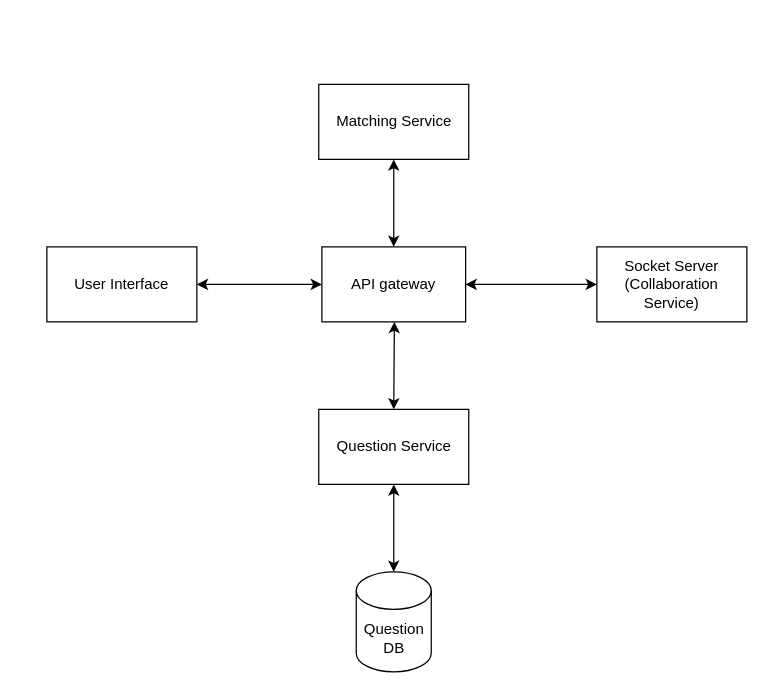
This is CollaborationServiceChart.drawio from shaniceng/DrawIODiagrams, a draw.io file, before an edit. Source tidied: cells renumbered, new cells numbered last; positions are measured from the earlier drawing's top-left corner, leaving out a move shared by most shapes. Both pictures are drawn from the tidied source at 125%, with x=0, y=0 at pixel (46, 84).
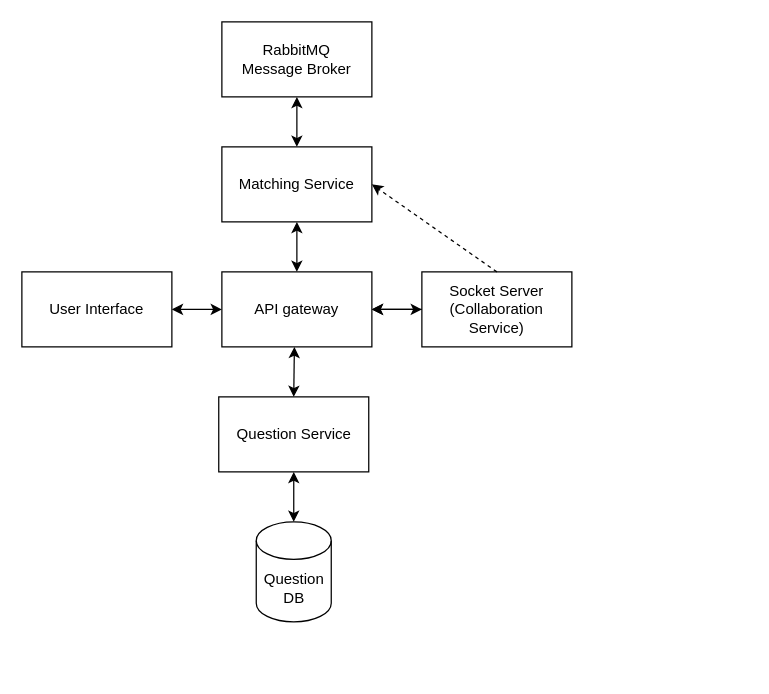
The same diagram, later.

The edit, as a diff of the source:
```diff
@@
 <mxGraphModel>
   <root>
     <mxCell id="0" />
     <mxCell id="1" parent="0" />
     <mxCell id="2" value="User Interface" style="rounded=0;whiteSpace=wrap;html=1;" parent="1" vertex="1">
-      <mxGeometry y="130" width="120" height="60" as="geometry" />
+      <mxGeometry x="-20" y="150" width="120" height="60" as="geometry" />
     </mxCell>
+    <mxCell id="13" style="edgeStyle=orthogonalEdgeStyle;rounded=0;jettySize=auto;html=1;" parent="1" edge="1" source="3" target="4">
+      <mxGeometry relative="1" as="geometry" />
+    </mxCell>
     <mxCell id="3" value="Socket Server&lt;br&gt;(Collaboration Service)" style="rounded=0;whiteSpace=wrap;html=1;" parent="1" vertex="1">
-      <mxGeometry x="440" y="130" width="120" height="60" as="geometry" />
+      <mxGeometry x="300" y="150" width="120" height="60" as="geometry" />
     </mxCell>
     <mxCell id="4" value="API gateway" style="rounded=0;whiteSpace=wrap;html=1;" parent="1" vertex="1">
-      <mxGeometry x="220" y="130" width="115" height="60" as="geometry" />
+      <mxGeometry x="140" y="150" width="120" height="60" as="geometry" />
     </mxCell>
     <mxCell id="5" style="endArrow=classic;startArrow=classic;html=1;rounded=0;exitX=1;exitY=0.5;exitDx=0;exitDy=0;entryX=0;entryY=0.5;entryDx=0;entryDy=0;" parent="1" edge="1" source="2" target="4">
       <mxGeometry relative="1" as="geometry" />
     </mxCell>
     <mxCell id="6" style="endArrow=classic;startArrow=classic;html=1;rounded=0;entryX=0;entryY=0.5;entryDx=0;entryDy=0;exitX=1;exitY=0.5;exitDx=0;exitDy=0;" parent="1" edge="1" source="4" target="3">
       <mxGeometry relative="1" as="geometry" />
     </mxCell>
     <mxCell id="7" style="endArrow=classic;startArrow=classic;html=1;rounded=0;entryX=0.5;entryY=0;entryDx=0;entryDy=0;" parent="1" edge="1" target="8">
       <mxGeometry relative="1" as="geometry">
-        <mxPoint x="278" y="190" as="sourcePoint" />
+        <mxPoint x="198" y="210" as="sourcePoint" />
       </mxGeometry>
     </mxCell>
     <mxCell id="8" value="Question Service" style="rounded=0;whiteSpace=wrap;html=1;" parent="1" vertex="1">
-      <mxGeometry x="217.5" y="260" width="120" height="60" as="geometry" />
+      <mxGeometry x="137.5" y="250" width="120" height="60" as="geometry" />
     </mxCell>
     <mxCell id="9" value="Question&lt;br&gt;DB" style="shape=cylinder3;whiteSpace=wrap;html=1;boundedLbl=1;backgroundOutline=1;size=15;" parent="1" vertex="1">
-      <mxGeometry x="247.5" y="390" width="60" height="80" as="geometry" />
+      <mxGeometry x="167.5" y="350" width="60" height="80" as="geometry" />
     </mxCell>
     <mxCell id="10" style="endArrow=classic;startArrow=classic;html=1;rounded=0;exitX=0.5;exitY=1;exitDx=0;exitDy=0;entryX=0.5;entryY=0;entryDx=0;entryDy=0;entryPerimeter=0;" parent="1" edge="1" source="8" target="9">
       <mxGeometry relative="1" as="geometry" />
     </mxCell>
     <mxCell id="11" value="Matching Service" style="rounded=0;whiteSpace=wrap;html=1;" parent="1" vertex="1">
-      <mxGeometry x="217.5" width="120" height="60" as="geometry" />
+      <mxGeometry x="140" y="50" width="120" height="60" as="geometry" />
     </mxCell>
     <mxCell id="12" style="endArrow=classic;startArrow=classic;html=1;rounded=0;entryX=0.5;entryY=1;entryDx=0;entryDy=0;exitX=0.5;exitY=0;exitDx=0;exitDy=0;" parent="1" edge="1" source="4" target="11">
       <mxGeometry relative="1" as="geometry" />
     </mxCell>
+    <mxCell id="14" style="endArrow=classic;startArrow=classic;html=1;rounded=0;exitX=0.5;exitY=0;exitDx=0;exitDy=0;entryX=0.5;entryY=1;entryDx=0;entryDy=0;" parent="1" edge="1" source="11" target="15">
+      <mxGeometry relative="1" as="geometry" />
+    </mxCell>
+    <mxCell id="15" value="RabbitMQ&lt;br&gt;Message Broker" style="rounded=0;whiteSpace=wrap;html=1;" parent="1" vertex="1">
+      <mxGeometry x="140" y="-50" width="120" height="60" as="geometry" />
+    </mxCell>
+    <mxCell id="16" style="endArrow=classic;html=1;rounded=0;entryX=1;entryY=0.5;entryDx=0;entryDy=0;exitX=0.5;exitY=0;exitDx=0;exitDy=0;dashed=1;" parent="1" edge="1" source="3" target="11">
+      <mxGeometry relative="1" as="geometry" />
+    </mxCell>
   </root>
 </mxGraphModel>
```
